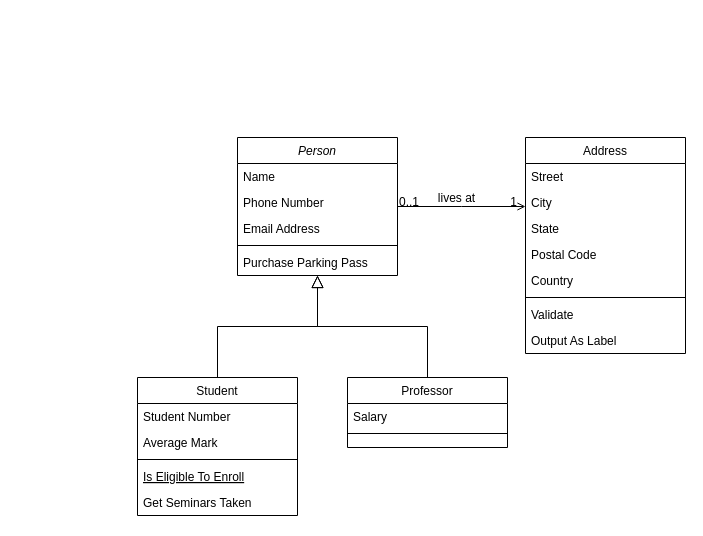
This is 4장 과제.drawio from skatld123/NSH, a draw.io file, before an edit. Source tidied: cells renumbered, new cells numbered last; positions are measured from the earlier drawing's top-left corner, leaving out a move shared by most shapes. Both pictures are drawn from the tidied source at 100%, with x=0, y=0 at pixel (137, 137).
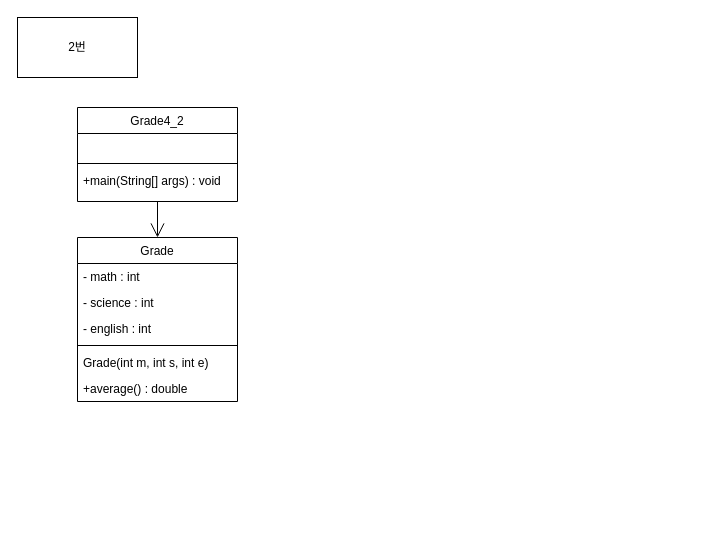
After the change.

Commit message (it also covers changes not shown here):
4장 과제.drawio 업데이트

Change to the diagram source:
```diff
@@
-    <mxCell id="2" value="Person" style="swimlane;fontStyle=2;align=center;verticalAlign=top;horizontal=1;startSize=26;rounded=0;shadow=0;strokeWidth=1;" parent="1" vertex="1">
-      <mxGeometry x="100" width="160" height="138" as="geometry" />
+    <mxCell id="2" value="Grade" style="swimlane;fontStyle=0;align=center;verticalAlign=top;horizontal=1;startSize=26;rounded=0;shadow=0;strokeWidth=1;" parent="1" vertex="1">
+      <mxGeometry x="-60" y="100" width="160" height="164" as="geometry" />
     </mxCell>
-    <mxCell id="3" value="Name" style="text;align=left;verticalAlign=top;spacingLeft=4;spacingRight=4;overflow=hidden;" parent="2" vertex="1">
+    <mxCell id="3" value="- math : int " style="text;align=left;verticalAlign=top;spacingLeft=4;spacingRight=4;overflow=hidden;" parent="2" vertex="1">
       <mxGeometry y="26" width="160" height="26" as="geometry" />
     </mxCell>
-    <mxCell id="4" value="Phone Number" style="text;align=left;verticalAlign=top;spacingLeft=4;spacingRight=4;overflow=hidden;rounded=0;shadow=0;html=0;" parent="2" vertex="1">
+    <mxCell id="4" value="- science : int" style="text;align=left;verticalAlign=top;spacingLeft=4;spacingRight=4;overflow=hidden;rounded=0;shadow=0;html=0;" parent="2" vertex="1">
       <mxGeometry y="52" width="160" height="26" as="geometry" />
     </mxCell>
-    <mxCell id="5" value="Email Address" style="text;align=left;verticalAlign=top;spacingLeft=4;spacingRight=4;overflow=hidden;rounded=0;shadow=0;html=0;" parent="2" vertex="1">
+    <mxCell id="5" value="- english : int" style="text;align=left;verticalAlign=top;spacingLeft=4;spacingRight=4;overflow=hidden;rounded=0;shadow=0;html=0;" parent="2" vertex="1">
       <mxGeometry y="78" width="160" height="26" as="geometry" />
     </mxCell>
@@
-    <mxCell id="7" value="Purchase Parking Pass" style="text;align=left;verticalAlign=top;spacingLeft=4;spacingRight=4;overflow=hidden;" parent="2" vertex="1">
+    <mxCell id="7" value="Grade(int m, int s, int e)" style="text;align=left;verticalAlign=top;spacingLeft=4;spacingRight=4;overflow=hidden;" parent="2" vertex="1">
       <mxGeometry y="112" width="160" height="26" as="geometry" />
     </mxCell>
+    <mxCell id="32" value="+average() : double" style="text;align=left;verticalAlign=top;spacingLeft=4;spacingRight=4;overflow=hidden;" parent="2" vertex="1">
+      <mxGeometry y="138" width="160" height="26" as="geometry" />
+    </mxCell>
-    <mxCell id="8" value="Student" style="swimlane;fontStyle=0;align=center;verticalAlign=top;horizontal=1;startSize=26;rounded=0;shadow=0;strokeWidth=1;" parent="1" vertex="1">
-      <mxGeometry y="240" width="160" height="138" as="geometry" />
+    <mxCell id="8" value="Grade4_2" style="swimlane;fontStyle=0;align=center;verticalAlign=top;horizontal=1;startSize=26;rounded=0;shadow=0;strokeWidth=1;" parent="1" vertex="1">
+      <mxGeometry x="-60" y="-30" width="160" height="94" as="geometry" />
     </mxCell>
-    <mxCell id="9" value="Student Number" style="text;align=left;verticalAlign=top;spacingLeft=4;spacingRight=4;overflow=hidden;" parent="8" vertex="1">
+    <mxCell id="9" value=" " style="text;align=left;verticalAlign=top;spacingLeft=4;spacingRight=4;overflow=hidden;" parent="8" vertex="1">
       <mxGeometry y="26" width="160" height="26" as="geometry" />
     </mxCell>
-    <mxCell id="10" value="Average Mark" style="text;align=left;verticalAlign=top;spacingLeft=4;spacingRight=4;overflow=hidden;rounded=0;shadow=0;html=0;" parent="8" vertex="1">
-      <mxGeometry y="52" width="160" height="26" as="geometry" />
-    </mxCell>
     <mxCell id="11" style="line;html=1;strokeWidth=1;align=left;verticalAlign=middle;spacingTop=-1;spacingLeft=3;spacingRight=3;labelPosition=right;" parent="8" vertex="1">
-      <mxGeometry y="78" width="160" height="8" as="geometry" />
+      <mxGeometry y="52" width="160" height="8" as="geometry" />
     </mxCell>
-    <mxCell id="12" value="Is Eligible To Enroll" style="text;align=left;verticalAlign=top;spacingLeft=4;spacingRight=4;overflow=hidden;fontStyle=4;" parent="8" vertex="1">
-      <mxGeometry y="86" width="160" height="26" as="geometry" />
+    <mxCell id="12" value="+main(String[] args) : void" style="text;align=left;verticalAlign=top;spacingLeft=4;spacingRight=4;overflow=hidden;fontStyle=0;" parent="8" vertex="1">
+      <mxGeometry y="60" width="160" height="26" as="geometry" />
     </mxCell>
-    <mxCell id="13" value="Get Seminars Taken" style="text;align=left;verticalAlign=top;spacingLeft=4;spacingRight=4;overflow=hidden;" parent="8" vertex="1">
-      <mxGeometry y="112" width="160" height="26" as="geometry" />
-    </mxCell>
-    <mxCell id="14" style="endArrow=block;endSize=10;endFill=0;shadow=0;strokeWidth=1;rounded=0;edgeStyle=elbowEdgeStyle;elbow=vertical;" parent="1" edge="1" source="8" target="2">
+    <mxCell id="14" style="endArrow=open;endFill=1;endSize=12;html=1;exitX=0.5;exitY=1;exitDx=0;exitDy=0;entryX=0.5;entryY=0;entryDx=0;entryDy=0;" parent="1" edge="1" source="8" target="2">
       <mxGeometry relative="1" as="geometry" />
     </mxCell>
-    <mxCell id="15" value="Professor" style="swimlane;fontStyle=0;align=center;verticalAlign=top;horizontal=1;startSize=26;rounded=0;shadow=0;strokeWidth=1;" parent="1" vertex="1">
-      <mxGeometry x="210" y="240" width="160" height="70" as="geometry" />
-    </mxCell>
-    <mxCell id="16" value="Salary" style="text;align=left;verticalAlign=top;spacingLeft=4;spacingRight=4;overflow=hidden;" parent="15" vertex="1">
-      <mxGeometry y="26" width="160" height="26" as="geometry" />
-    </mxCell>
-    <mxCell id="17" style="line;html=1;strokeWidth=1;align=left;verticalAlign=middle;spacingTop=-1;spacingLeft=3;spacingRight=3;labelPosition=right;" parent="15" vertex="1">
-      <mxGeometry y="52" width="160" height="8" as="geometry" />
-    </mxCell>
-    <mxCell id="18" style="endArrow=block;endSize=10;endFill=0;shadow=0;strokeWidth=1;rounded=0;edgeStyle=elbowEdgeStyle;elbow=vertical;" parent="1" edge="1" source="15" target="2">
-      <mxGeometry relative="1" as="geometry" />
-    </mxCell>
-    <mxCell id="19" value="Address" style="swimlane;fontStyle=0;align=center;verticalAlign=top;horizontal=1;startSize=26;rounded=0;shadow=0;strokeWidth=1;" parent="1" vertex="1">
-      <mxGeometry x="388" width="160" height="216" as="geometry" />
-    </mxCell>
-    <mxCell id="20" value="Street" style="text;align=left;verticalAlign=top;spacingLeft=4;spacingRight=4;overflow=hidden;" parent="19" vertex="1">
-      <mxGeometry y="26" width="160" height="26" as="geometry" />
-    </mxCell>
-    <mxCell id="21" value="City" style="text;align=left;verticalAlign=top;spacingLeft=4;spacingRight=4;overflow=hidden;rounded=0;shadow=0;html=0;" parent="19" vertex="1">
-      <mxGeometry y="52" width="160" height="26" as="geometry" />
-    </mxCell>
-    <mxCell id="22" value="State" style="text;align=left;verticalAlign=top;spacingLeft=4;spacingRight=4;overflow=hidden;rounded=0;shadow=0;html=0;" parent="19" vertex="1">
-      <mxGeometry y="78" width="160" height="26" as="geometry" />
-    </mxCell>
-    <mxCell id="23" value="Postal Code" style="text;align=left;verticalAlign=top;spacingLeft=4;spacingRight=4;overflow=hidden;rounded=0;shadow=0;html=0;" parent="19" vertex="1">
-      <mxGeometry y="104" width="160" height="26" as="geometry" />
-    </mxCell>
-    <mxCell id="24" value="Country" style="text;align=left;verticalAlign=top;spacingLeft=4;spacingRight=4;overflow=hidden;rounded=0;shadow=0;html=0;" parent="19" vertex="1">
-      <mxGeometry y="130" width="160" height="26" as="geometry" />
-    </mxCell>
-    <mxCell id="25" style="line;html=1;strokeWidth=1;align=left;verticalAlign=middle;spacingTop=-1;spacingLeft=3;spacingRight=3;labelPosition=right;" parent="19" vertex="1">
-      <mxGeometry y="156" width="160" height="8" as="geometry" />
-    </mxCell>
-    <mxCell id="26" value="Validate" style="text;align=left;verticalAlign=top;spacingLeft=4;spacingRight=4;overflow=hidden;" parent="19" vertex="1">
-      <mxGeometry y="164" width="160" height="26" as="geometry" />
-    </mxCell>
-    <mxCell id="27" value="Output As Label" style="text;align=left;verticalAlign=top;spacingLeft=4;spacingRight=4;overflow=hidden;" parent="19" vertex="1">
-      <mxGeometry y="190" width="160" height="26" as="geometry" />
-    </mxCell>
-    <mxCell id="28" style="endArrow=open;shadow=0;strokeWidth=1;rounded=0;endFill=1;edgeStyle=elbowEdgeStyle;elbow=vertical;" parent="1" edge="1" source="2" target="19">
-      <mxGeometry x="0.5" y="41" relative="1" as="geometry">
-        <mxPoint x="-40" y="32" as="offset" />
-      </mxGeometry>
-    </mxCell>
-    <mxCell id="29" value="0..1" style="align=left;verticalAlign=bottom;labelBackgroundColor=none;fontSize=12;" parent="28" vertex="1">
-      <mxGeometry x="-1" relative="1" as="geometry">
-        <mxPoint y="4" as="offset" />
-      </mxGeometry>
-    </mxCell>
-    <mxCell id="30" value="1" style="align=right;verticalAlign=bottom;labelBackgroundColor=none;fontSize=12;" parent="28" vertex="1">
-      <mxGeometry x="1" relative="1" as="geometry">
-        <mxPoint x="-7" y="4" as="offset" />
-      </mxGeometry>
-    </mxCell>
-    <mxCell id="31" value="lives at" style="text;html=1;align=center;verticalAlign=middle;labelBackgroundColor=none;rounded=0;shadow=0;strokeWidth=1;fontSize=12;" parent="28" vertex="1">
-      <mxGeometry x="0.5" y="49" relative="1" as="geometry">
-        <mxPoint x="-38" y="40" as="offset" />
-      </mxGeometry>
-    </mxCell>
+    <mxCell id="33" value="2번" style="rounded=0;whiteSpace=wrap;html=1;" parent="1" vertex="1">
+      <mxGeometry x="-120" y="-120" width="120" height="60" as="geometry" />
+    </mxCell>
```
